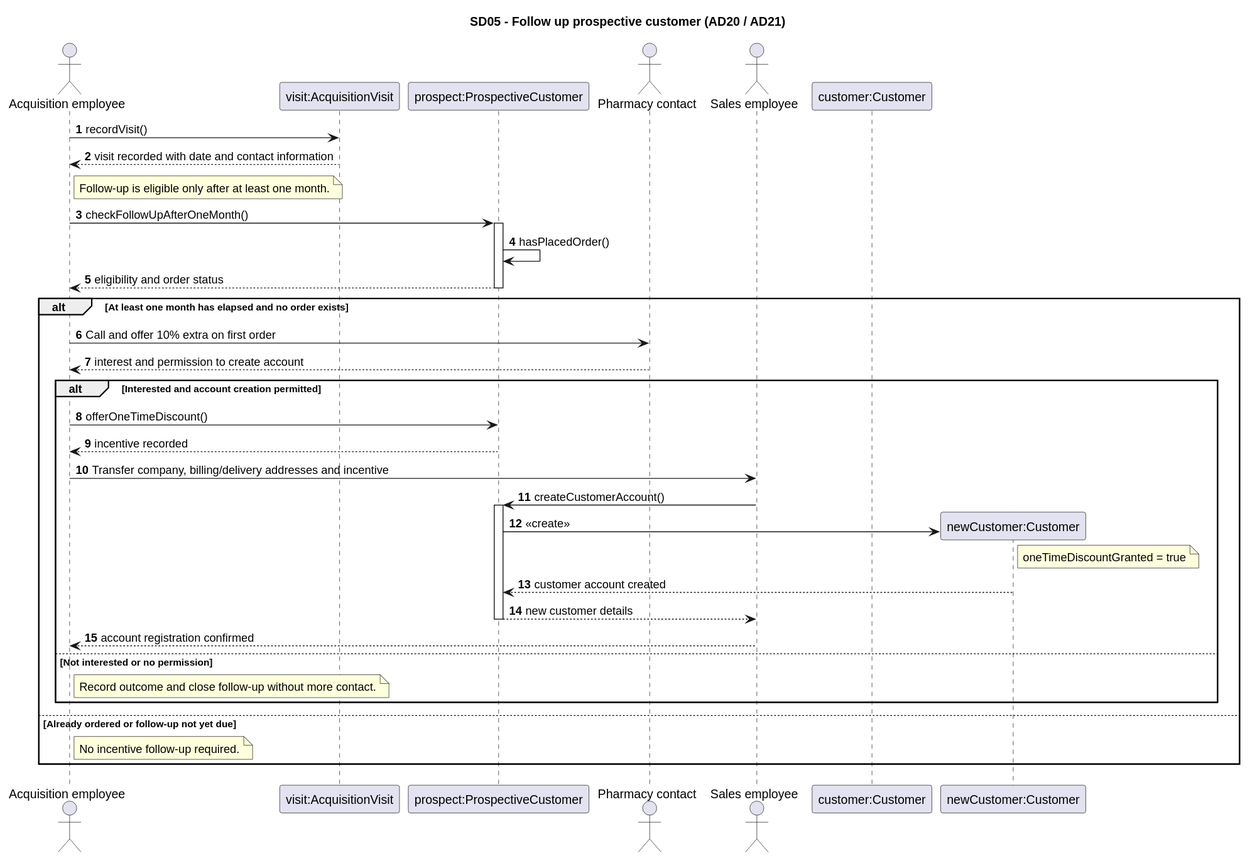
Before: Documentation/Architecture/uml/export/sequence_diagrams/SD05_PotentieleKlantGeenBestelling.svg, a diagram exported from PlantUML (ViktorQorri/Project-Timaflu).
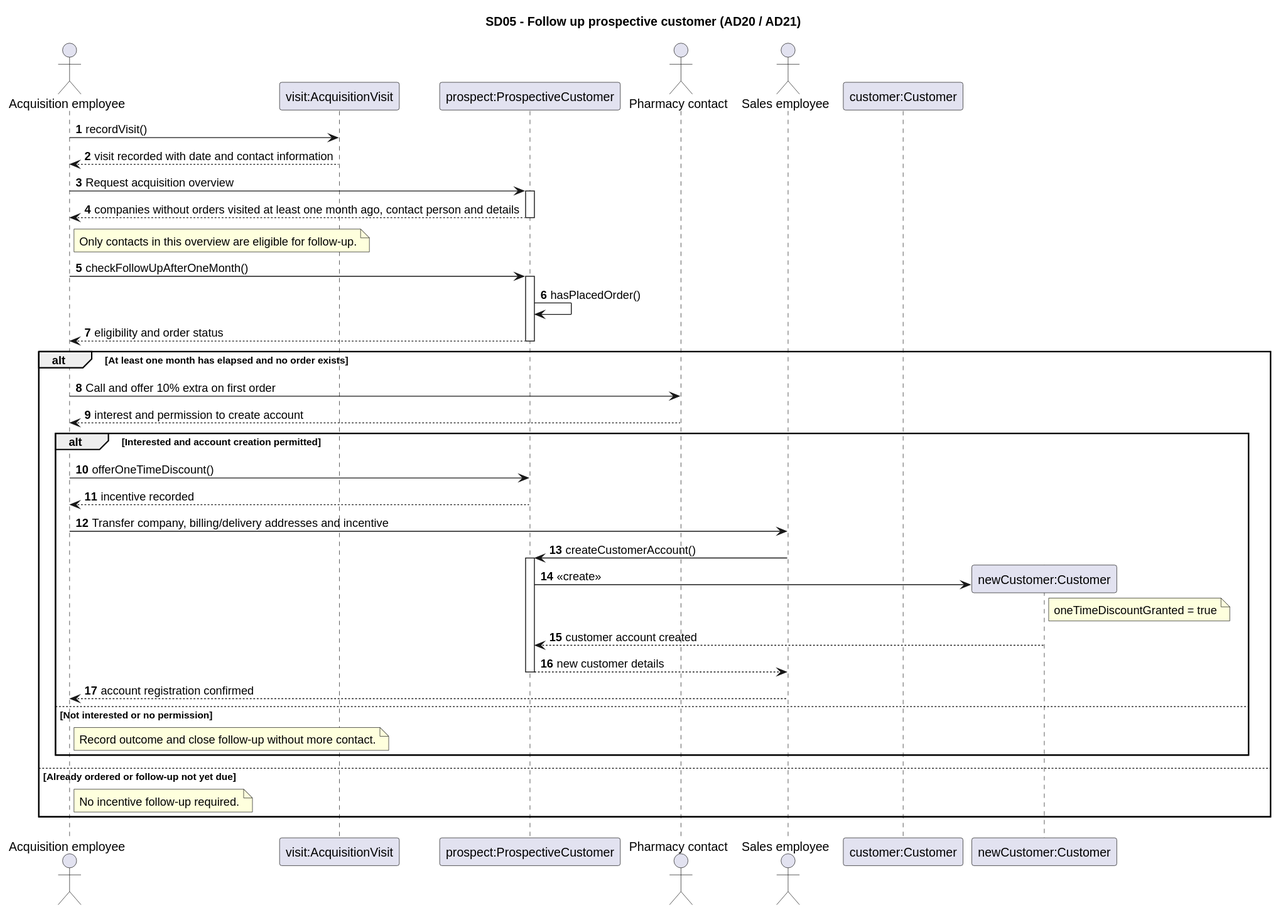
After the change.

Commit message:
docs: complete required purchasing and acquisition sequence outputs

The edit, as a diff of the source:
```diff
@@ -9,7 +9,11 @@
 participant "customer:Customer" as Customer
 Acquisition -> Visit: recordVisit()
 Visit --> Acquisition: visit recorded with date and contact information
-note right of Acquisition: Follow-up is eligible only after at least one month.
+Acquisition -> Prospect: Request acquisition overview
+activate Prospect
+Prospect --> Acquisition: companies without orders visited at least one month ago, contact person and details
+deactivate Prospect
+note right of Acquisition: Only contacts in this overview are eligible for follow-up.
 Acquisition -> Prospect: checkFollowUpAfterOneMonth()
 activate Prospect
 Prospect -> Prospect: hasPlacedOrder()
```
